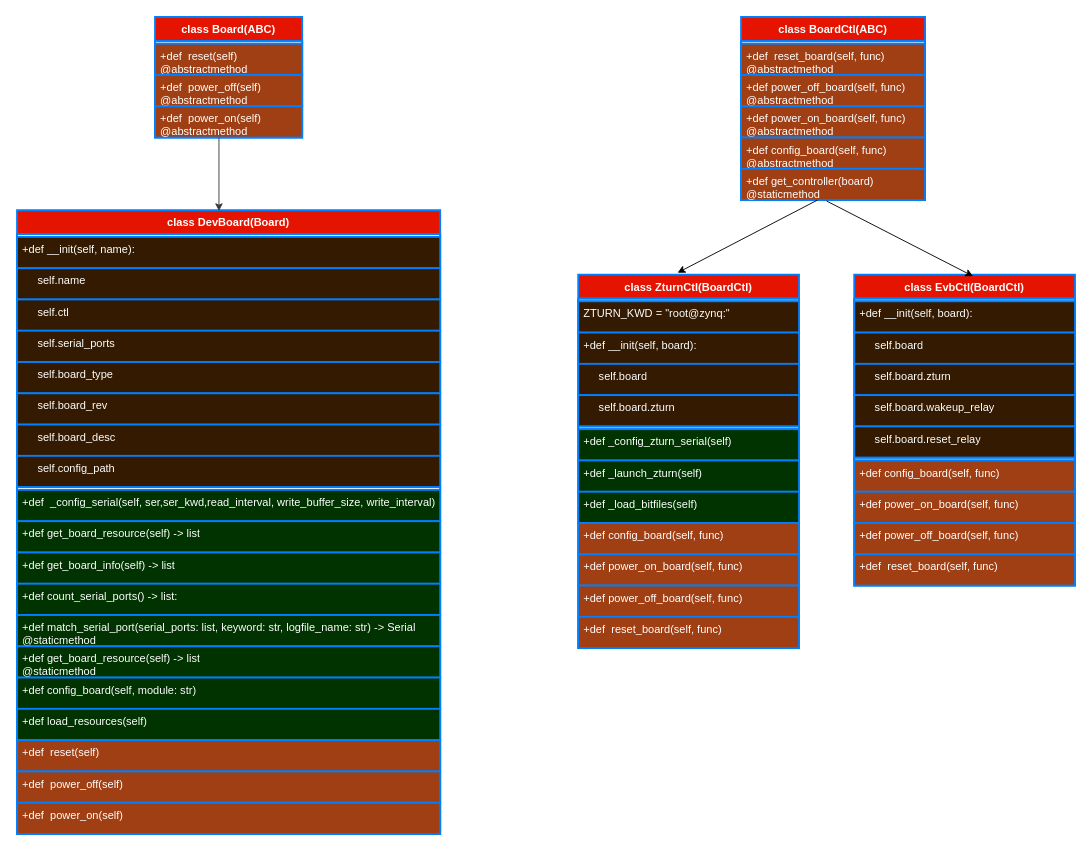
The draw.io diagram board.drawio in RuanZhen139/learngit, before the edit. Source tidied: cells renumbered, new cells numbered last; positions are measured from the earlier drawing's top-left corner, leaving out a move shared by most shapes. Both pictures are drawn from the tidied source at 92%, with x=0, y=0 at pixel (17, 17).
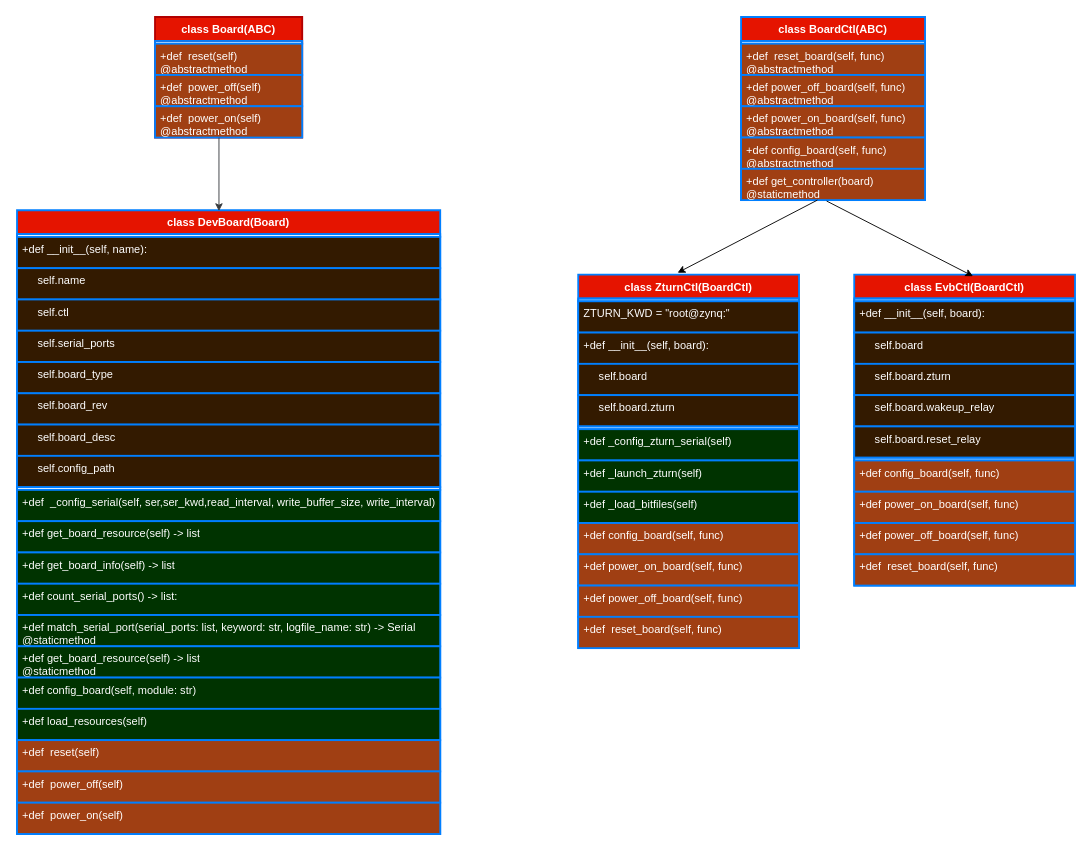
Above is the later version.

Unchanged cells that the change refers to:
```xml
<mxCell id="7" value="class DevBoard(Board&lt;span style=&quot;background-color: initial;&quot;&gt;)&lt;/span&gt;" style="swimlane;fontStyle=1;align=center;verticalAlign=top;horizontal=1;startSize=26;whiteSpace=wrap;html=1;fillColor=#e51400;fontColor=#ffffff;strokeColor=#007FFF;strokeWidth=2;" parent="1" vertex="1">
  <mxGeometry y="210" width="460" height="678" as="geometry" />
</mxCell>
<mxCell id="37" value="class ZturnCtl(BoardCtl)" style="swimlane;fontStyle=1;align=center;verticalAlign=top;horizontal=1;startSize=26;whiteSpace=wrap;html=1;fillColor=#e51400;fontColor=#ffffff;strokeColor=#007FFF;strokeWidth=2;" parent="1" vertex="1">
  <mxGeometry x="610" y="280" width="240" height="406" as="geometry" />
</mxCell>
<mxCell id="51" value="class EvbCtl(BoardCtl)" style="swimlane;fontStyle=1;align=center;verticalAlign=top;horizontal=1;startSize=26;whiteSpace=wrap;html=1;fillColor=#e51400;fontColor=#ffffff;strokeColor=#007FFF;strokeWidth=2;" parent="1" vertex="1">
  <mxGeometry x="910" y="280" width="240" height="338" as="geometry" />
</mxCell>
```

What changed in the source:
```diff
@@
-    <mxCell id="2" value="class Board(ABC)" style="swimlane;fontStyle=1;align=center;verticalAlign=top;horizontal=1;startSize=26;whiteSpace=wrap;html=1;fillColor=#e51400;fontColor=#ffffff;strokeColor=#007FFF;strokeWidth=2;" parent="1" vertex="1">
+    <mxCell id="2" value="class Board(ABC)" style="swimlane;fontStyle=1;align=center;verticalAlign=top;horizontal=1;startSize=26;whiteSpace=wrap;html=1;fillColor=#e51400;fontColor=#ffffff;strokeColor=#B20000;strokeWidth=2;" parent="1" vertex="1">
       <mxGeometry x="150" width="160" height="131" as="geometry" />
     </mxCell>
@@
-    <mxCell id="9" value="+def __init(self, name&lt;span style=&quot;background-color: initial;&quot;&gt;):&lt;/span&gt;" style="text;strokeColor=#007FFF;fillColor=#331A00;align=left;verticalAlign=top;spacingLeft=4;spacingRight=4;overflow=hidden;whiteSpace=wrap;html=1;fontColor=#ffffff;perimeterSpacing=0;strokeWidth=2;" parent="7" vertex="1">
+    <mxCell id="9" value="+def __init__(self, name&lt;span style=&quot;background-color: initial;&quot;&gt;):&lt;/span&gt;" style="text;strokeColor=#007FFF;fillColor=#331A00;align=left;verticalAlign=top;spacingLeft=4;spacingRight=4;overflow=hidden;whiteSpace=wrap;html=1;fontColor=#ffffff;perimeterSpacing=0;strokeWidth=2;" parent="7" vertex="1">
       <mxGeometry y="29" width="460" height="34" as="geometry" />
     </mxCell>
@@
-    <mxCell id="40" value="+def __init(self, board&lt;span style=&quot;background-color: initial;&quot;&gt;):&lt;/span&gt;" style="text;strokeColor=#007FFF;fillColor=#331A00;align=left;verticalAlign=top;spacingLeft=4;spacingRight=4;overflow=hidden;whiteSpace=wrap;html=1;fontColor=#ffffff;perimeterSpacing=0;strokeWidth=2;" parent="37" vertex="1">
+    <mxCell id="40" value="+def __init__(self, board&lt;span style=&quot;background-color: initial;&quot;&gt;):&lt;/span&gt;" style="text;strokeColor=#007FFF;fillColor=#331A00;align=left;verticalAlign=top;spacingLeft=4;spacingRight=4;overflow=hidden;whiteSpace=wrap;html=1;fontColor=#ffffff;perimeterSpacing=0;strokeWidth=2;" parent="37" vertex="1">
       <mxGeometry y="63" width="240" height="34" as="geometry" />
     </mxCell>
@@
-    <mxCell id="53" value="+def __init(self, board&lt;span style=&quot;background-color: initial;&quot;&gt;):&lt;/span&gt;" style="text;strokeColor=#007FFF;fillColor=#331A00;align=left;verticalAlign=top;spacingLeft=4;spacingRight=4;overflow=hidden;whiteSpace=wrap;html=1;fontColor=#ffffff;perimeterSpacing=0;strokeWidth=2;" parent="51" vertex="1">
+    <mxCell id="53" value="+def __init__(self, board&lt;span style=&quot;background-color: initial;&quot;&gt;):&lt;/span&gt;" style="text;strokeColor=#007FFF;fillColor=#331A00;align=left;verticalAlign=top;spacingLeft=4;spacingRight=4;overflow=hidden;whiteSpace=wrap;html=1;fontColor=#ffffff;perimeterSpacing=0;strokeWidth=2;" parent="51" vertex="1">
       <mxGeometry y="29" width="240" height="34" as="geometry" />
     </mxCell>
```
